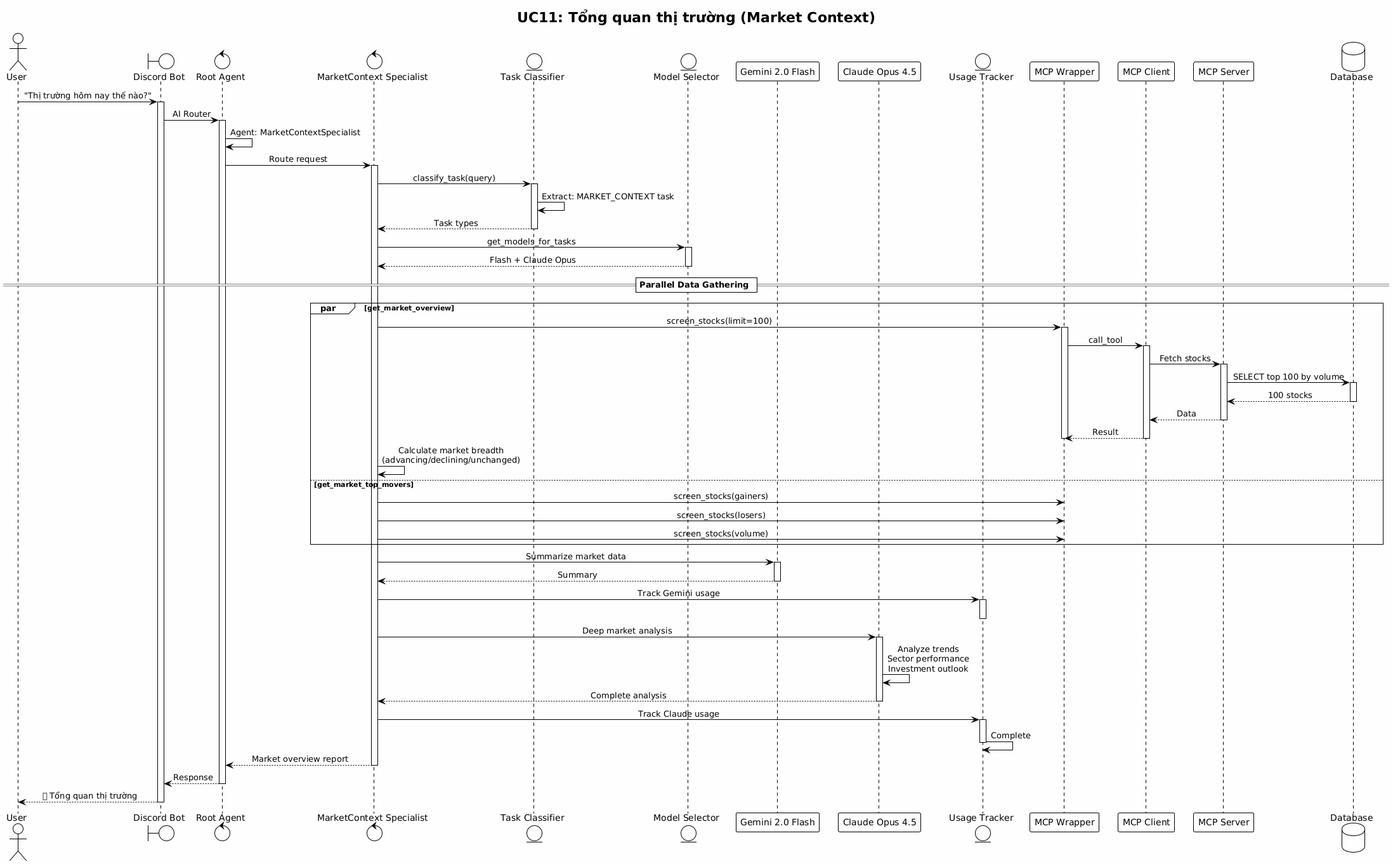
The PlantUML diagram diagrams/images/sequence_diagrams/sequence_uc11_market_context.png in GiangNV-HUST/DATN, before a commit.
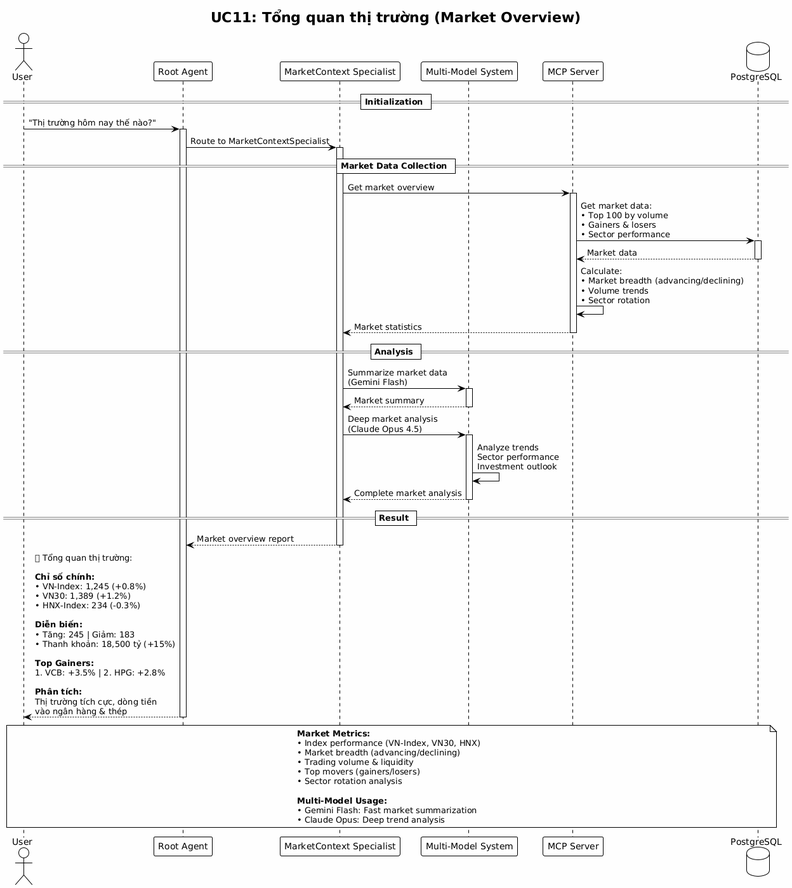
The same diagram one commit later.

Commit message:
refactor: Optimize 5 additional complex sequence diagrams

What changed in the source:
```diff
@@ -1,98 +1,66 @@
 @startuml
+!pragma charset UTF-8
+
 !theme plain
 skinparam backgroundColor #FEFEFE
-skinparam sequenceMessageAlign center
 skinparam shadowing false
+skinparam defaultFontName "Times New Roman"
 
-title UC11: Tổng quan thị trường (Market Context)
+title UC11: Tổng quan thị trường (Market Overview)
 
 actor User
-boundary "Discord Bot" as Bot
-control "Root Agent" as Root
-control "MarketContext Specialist" as Market
-entity "Task Classifier" as Classifier
-entity "Model Selector" as Selector
-participant "Gemini 2.0 Flash" as Flash
-participant "Claude Opus 4.5" as Claude
-entity "Usage Tracker" as Tracker
-participant "MCP Wrapper" as Wrapper
-participant "MCP Client" as Client
-participant "MCP Server" as Server
-database "Database" as DB
+participant "Root Agent" as Root
+participant "MarketContext Specialist" as Market
+participant "Multi-Model System" as Models
+participant "MCP Server" as MCP
+database "PostgreSQL" as DB
 
-User -> Bot: "Thị trường hôm nay thế nào?"
-activate Bot
-
-Bot -> Root: AI Router
+== Initialization ==
+User -> Root: "Thị trường hôm nay thế nào?"
 activate Root
-Root -> Root: Agent: MarketContextSpecialist
-
-Root -> Market: Route request
+Root -> Market: Route to MarketContextSpecialist
 activate Market
 
-Market -> Classifier: classify_task(query)
-activate Classifier
-Classifier -> Classifier: Extract: MARKET_CONTEXT task
-Classifier --> Market: Task types
-deactivate Classifier
+== Market Data Collection ==
+Market -> MCP: Get market overview
+activate MCP
+MCP -> DB: Get market data:\n• Top 100 by volume\n• Gainers & losers\n• Sector performance
+activate DB
+DB --> MCP: Market data
+deactivate DB
 
-Market -> Selector: get_models_for_tasks
-activate Selector
-Selector --> Market: Flash + Claude Opus
-deactivate Selector
+MCP -> MCP: Calculate:\n• Market breadth (advancing/declining)\n• Volume trends\n• Sector rotation
+MCP --> Market: Market statistics
+deactivate MCP
 
-== Parallel Data Gathering ==
+== Analysis ==
+Market -> Models: Summarize market data\n(Gemini Flash)
+activate Models
+Models --> Market: Market summary
+deactivate Models
 
-par get_market_overview
-    Market -> Wrapper: screen_stocks(limit=100)
-    activate Wrapper
-    Wrapper -> Client: call_tool
-    activate Client
-    Client -> Server: Fetch stocks
-    activate Server
-    Server -> DB: SELECT top 100 by volume
-    activate DB
-    DB --> Server: 100 stocks
-    deactivate DB
-    Server --> Client: Data
-    deactivate Server
-    Client --> Wrapper: Result
-    deactivate Client
-    deactivate Wrapper
+Market -> Models: Deep market analysis\n(Claude Opus 4.5)
+activate Models
+Models -> Models: Analyze trends\nSector performance\nInvestment outlook
+Models --> Market: Complete market analysis
+deactivate Models
 
-    Market -> Market: Calculate market breadth\n(advancing/declining/unchanged)
-else get_market_top_movers
-    Market -> Wrapper: screen_stocks(gainers)
-    Market -> Wrapper: screen_stocks(losers)
-    Market -> Wrapper: screen_stocks(volume)
-end
-
-Market -> Flash: Summarize market data
-activate Flash
-Flash --> Market: Summary
-deactivate Flash
-
-Market -> Tracker: Track Gemini usage
-activate Tracker
-deactivate Tracker
-
-Market -> Claude: Deep market analysis
-activate Claude
-Claude -> Claude: Analyze trends\nSector performance\nInvestment outlook
-Claude --> Market: Complete analysis
-deactivate Claude
-
-Market -> Tracker: Track Claude usage
-activate Tracker
-Tracker -> Tracker: Complete
-deactivate Tracker
-
+== Result ==
 Market --> Root: Market overview report
 deactivate Market
-
-Root --> Bot: Response
+Root --> User: 📈 Tổng quan thị trường:\n\n**Chỉ số chính:**\n• VN-Index: 1,245 (+0.8%)\n• VN30: 1,389 (+1.2%)\n• HNX-Index: 234 (-0.3%)\n\n**Diễn biến:**\n• Tăng: 245 | Giảm: 183\n• Thanh khoản: 18,500 tỷ (+15%)\n\n**Top Gainers:**\n1. VCB: +3.5% | 2. HPG: +2.8%\n\n**Phân tích:**\nThị trường tích cực, dòng tiền\nvào ngân hàng & thép
 deactivate Root
 
-Bot --> User: 📈 Tổng quan thị trường
-deactivate Bot
+note over User, DB
+  **Market Metrics:**
+  • Index performance (VN-Index, VN30, HNX)
+  • Market breadth (advancing/declining)
+  • Trading volume & liquidity
+  • Top movers (gainers/losers)
+  • Sector rotation analysis
+
+  **Multi-Model Usage:**
+  • Gemini Flash: Fast market summarization
+  • Claude Opus: Deep trend analysis
+end note
 @enduml
```
